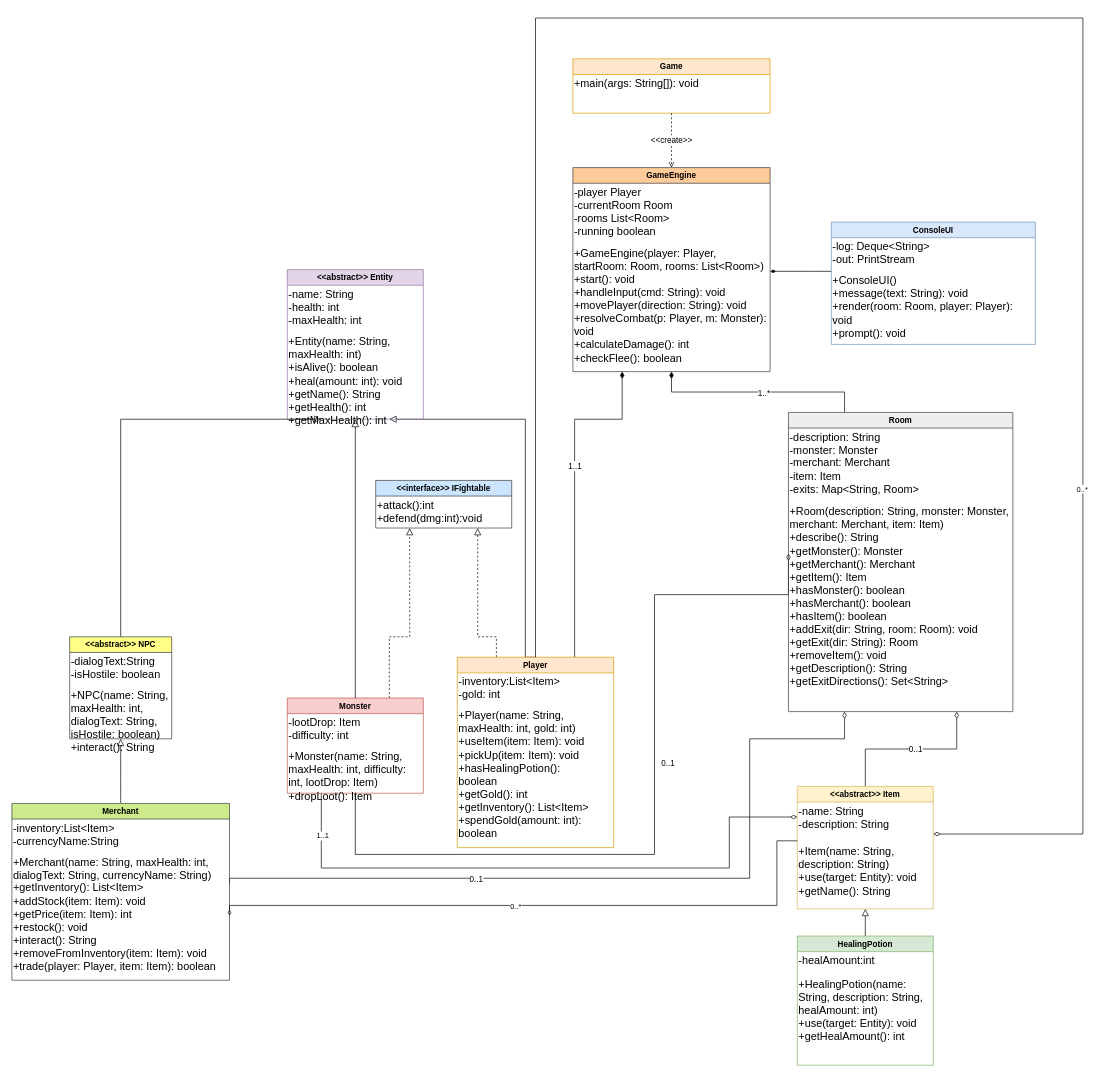
Before: Diagrams/DungeonAdventure_Klassendiagramm.drawio in V1perZerofy/uml_project, a draw.io diagram. Source tidied: cells renumbered, new cells numbered last; positions are measured from the earlier drawing's top-left corner, leaving out a move shared by most shapes. Both pictures are drawn from the tidied source at 68%, with x=0, y=0 at pixel (12, 18).
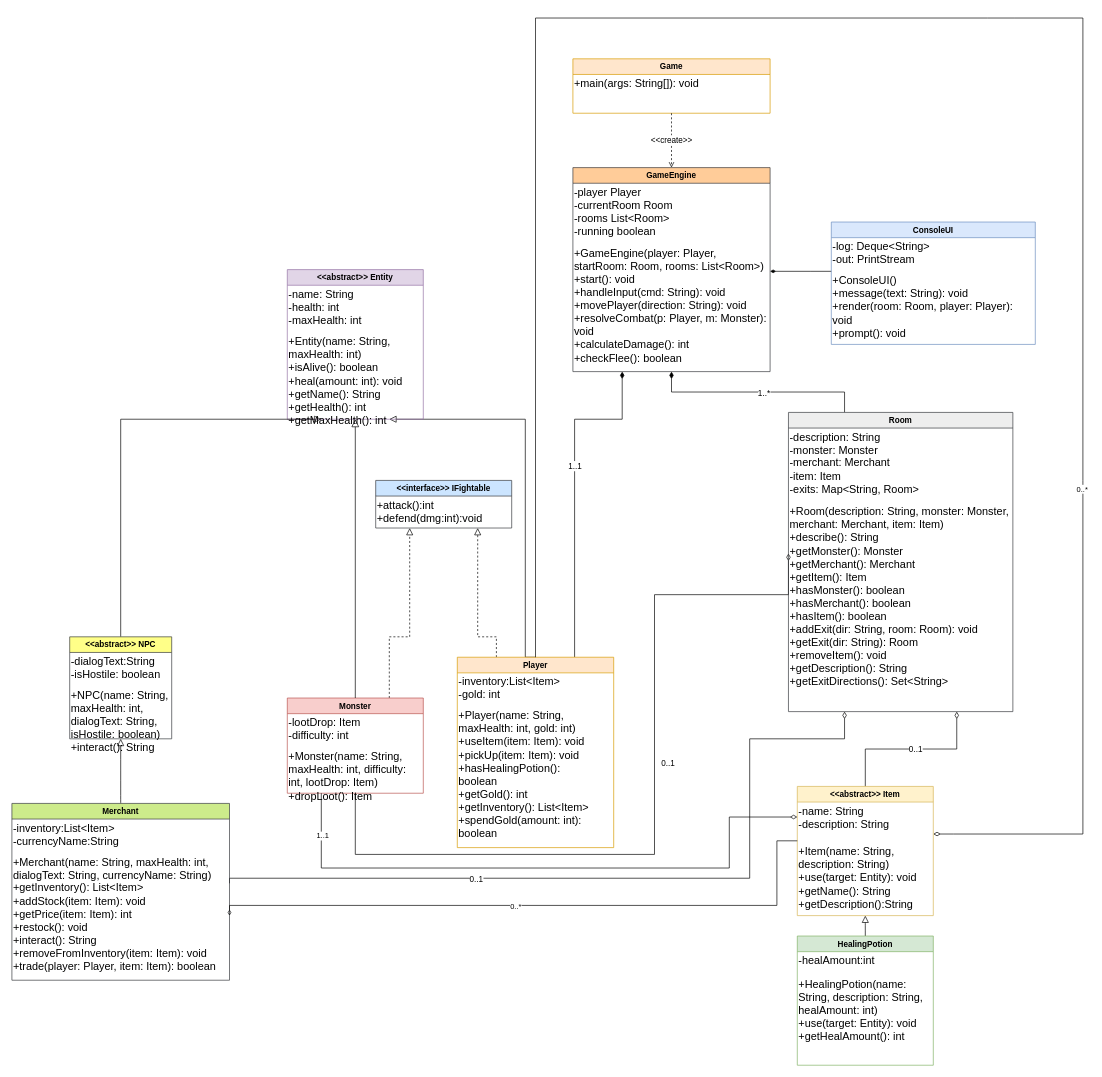
The same diagram, later.

Commit message (it also covers changes not shown here):
Enhance game mechanics: update healing potion effects, add examine command, and improve item description retrieval

Change to the diagram source:
```diff
@@
     <mxCell id="9" value="&amp;lt;&amp;lt;abstract&amp;gt;&amp;gt; Item" style="swimlane;whiteSpace=wrap;html=1;fillColor=#fff2cc;strokeColor=#d6b656;" parent="1" vertex="1">
-      <mxGeometry x="1155" y="1130" width="200" height="180" as="geometry" />
+      <mxGeometry x="1155" y="1130" width="200" height="190" as="geometry" />
     </mxCell>
-    <mxCell id="10" value="+Item(name: String, description: String)&lt;div&gt;+use(target: Entity): void&lt;/div&gt;&lt;div&gt;+getName(): String&lt;/div&gt;" style="text;html=1;whiteSpace=wrap;strokeColor=none;fillColor=none;align=left;verticalAlign=top;rounded=0;fontSize=16;" parent="9" vertex="1">
+    <mxCell id="10" value="+Item(name: String, description: String)&lt;div&gt;+use(target: Entity): void&lt;/div&gt;&lt;div&gt;+getName(): String&lt;/div&gt;&lt;div&gt;+getDescription():String&lt;/div&gt;" style="text;html=1;whiteSpace=wrap;strokeColor=none;fillColor=none;align=left;verticalAlign=top;rounded=0;fontSize=16;" parent="9" vertex="1">
       <mxGeometry y="80" width="200" height="70" as="geometry" />
     </mxCell>
```
